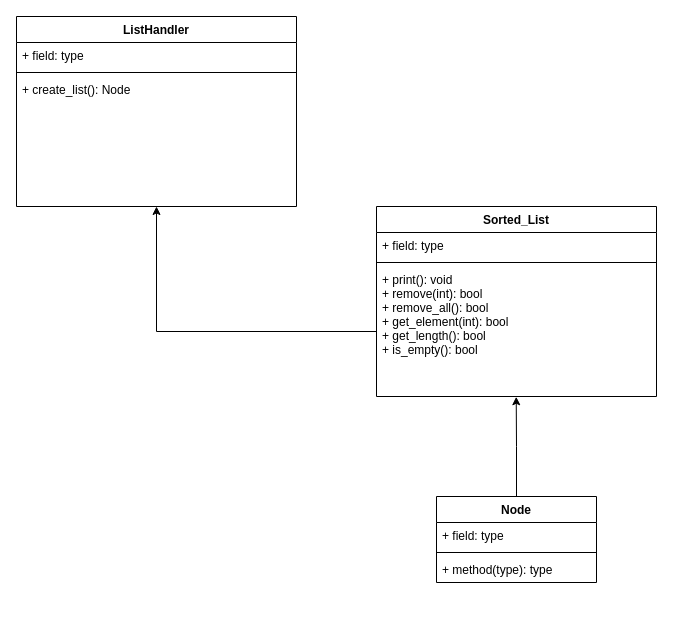
Before: Sorted_List/UML.drawio in gustaf-colliander/TDDC76-Lab3, a draw.io diagram. Source tidied: cells renumbered, new cells numbered last; positions are measured from the earlier drawing's top-left corner, leaving out a move shared by most shapes. Both pictures are drawn from the tidied source at 100%, with x=0, y=0 at pixel (16, 16).
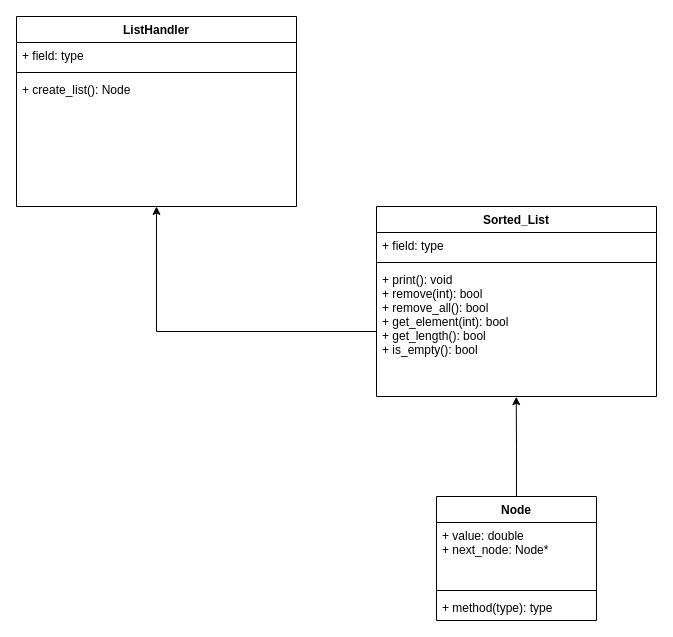
Above is the later version.

Commit message (it also covers changes not shown here):
Skapade nya filer och uppdaterade UML:en

Diff of the diagram source:
```diff
@@
 <mxGraphModel>
   <root>
     <mxCell id="0" />
     <mxCell id="1" parent="0" />
     <mxCell id="2" style="edgeStyle=orthogonalEdgeStyle;rounded=0;jettySize=auto;html=1;exitX=0.5;exitY=0;exitDx=0;exitDy=0;entryX=0.499;entryY=1.002;entryDx=0;entryDy=0;entryPerimeter=0;" parent="1" edge="1" source="3" target="10">
       <mxGeometry relative="1" as="geometry" />
     </mxCell>
     <mxCell id="3" value="Node&#10;" style="swimlane;fontStyle=1;align=center;verticalAlign=top;horizontal=1;startSize=26;" parent="1" vertex="1">
-      <mxGeometry x="420" y="480" width="160" height="86" as="geometry" />
+      <mxGeometry x="420" y="480" width="160" height="124" as="geometry" />
     </mxCell>
-    <mxCell id="4" value="+ field: type" style="text;strokeColor=none;fillColor=none;align=left;verticalAlign=top;spacingLeft=4;spacingRight=4;overflow=hidden;" parent="3" vertex="1">
-      <mxGeometry y="26" width="160" height="26" as="geometry" />
+    <mxCell id="4" value="+ value: double&#10;+ next_node: Node*&#10;" style="text;strokeColor=none;fillColor=none;align=left;verticalAlign=top;spacingLeft=4;spacingRight=4;overflow=hidden;" parent="3" vertex="1">
+      <mxGeometry y="26" width="160" height="64" as="geometry" />
     </mxCell>
     <mxCell id="5" style="line;strokeWidth=1;fillColor=none;align=left;verticalAlign=middle;spacingTop=-1;spacingLeft=3;spacingRight=3;labelPosition=right;" parent="3" vertex="1">
-      <mxGeometry y="52" width="160" height="8" as="geometry" />
+      <mxGeometry y="90" width="160" height="8" as="geometry" />
     </mxCell>
     <mxCell id="6" value="+ method(type): type" style="text;strokeColor=none;fillColor=none;align=left;verticalAlign=top;spacingLeft=4;spacingRight=4;overflow=hidden;" parent="3" vertex="1">
-      <mxGeometry y="60" width="160" height="26" as="geometry" />
+      <mxGeometry y="98" width="160" height="26" as="geometry" />
     </mxCell>
     <mxCell id="7" value="Sorted_List" style="swimlane;fontStyle=1;align=center;verticalAlign=top;horizontal=1;startSize=26;" parent="1" vertex="1">
       <mxGeometry x="360" y="190" width="280" height="190" as="geometry" />
     </mxCell>
     <mxCell id="8" value="+ field: type" style="text;strokeColor=none;fillColor=none;align=left;verticalAlign=top;spacingLeft=4;spacingRight=4;overflow=hidden;" parent="7" vertex="1">
       <mxGeometry y="26" width="280" height="26" as="geometry" />
     </mxCell>
     <mxCell id="9" style="line;strokeWidth=1;fillColor=none;align=left;verticalAlign=middle;spacingTop=-1;spacingLeft=3;spacingRight=3;labelPosition=right;" parent="7" vertex="1">
       <mxGeometry y="52" width="280" height="8" as="geometry" />
     </mxCell>
     <mxCell id="10" value="+ print(): void&#10;+ remove(int): bool&#10;+ remove_all(): bool&#10;+ get_element(int): bool&#10;+ get_length(): bool&#10;+ is_empty(): bool&#10;" style="text;strokeColor=none;fillColor=none;align=left;verticalAlign=top;spacingLeft=4;spacingRight=4;overflow=hidden;points=[[0,0.5],[1,0.5]];portConstraint=eastwest;" parent="7" vertex="1">
       <mxGeometry y="60" width="280" height="130" as="geometry" />
     </mxCell>
     <mxCell id="11" value="ListHandler" style="swimlane;fontStyle=1;align=center;verticalAlign=top;horizontal=1;startSize=26;" parent="1" vertex="1">
       <mxGeometry width="280" height="190" as="geometry" />
     </mxCell>
     <mxCell id="12" value="+ field: type" style="text;strokeColor=none;fillColor=none;align=left;verticalAlign=top;spacingLeft=4;spacingRight=4;overflow=hidden;" parent="11" vertex="1">
       <mxGeometry y="26" width="280" height="26" as="geometry" />
     </mxCell>
     <mxCell id="13" style="line;strokeWidth=1;fillColor=none;align=left;verticalAlign=middle;spacingTop=-1;spacingLeft=3;spacingRight=3;labelPosition=right;" parent="11" vertex="1">
       <mxGeometry y="52" width="280" height="8" as="geometry" />
     </mxCell>
     <mxCell id="14" value="+ create_list(): Node" style="text;strokeColor=none;fillColor=none;align=left;verticalAlign=top;spacingLeft=4;spacingRight=4;overflow=hidden;" parent="11" vertex="1">
       <mxGeometry y="60" width="280" height="130" as="geometry" />
     </mxCell>
     <mxCell id="15" style="edgeStyle=orthogonalEdgeStyle;rounded=0;jettySize=auto;html=1;exitX=0;exitY=0.5;exitDx=0;exitDy=0;entryX=0.5;entryY=1;entryDx=0;entryDy=0;" parent="1" edge="1" source="10" target="11">
       <mxGeometry relative="1" as="geometry" />
     </mxCell>
   </root>
 </mxGraphModel>
```
